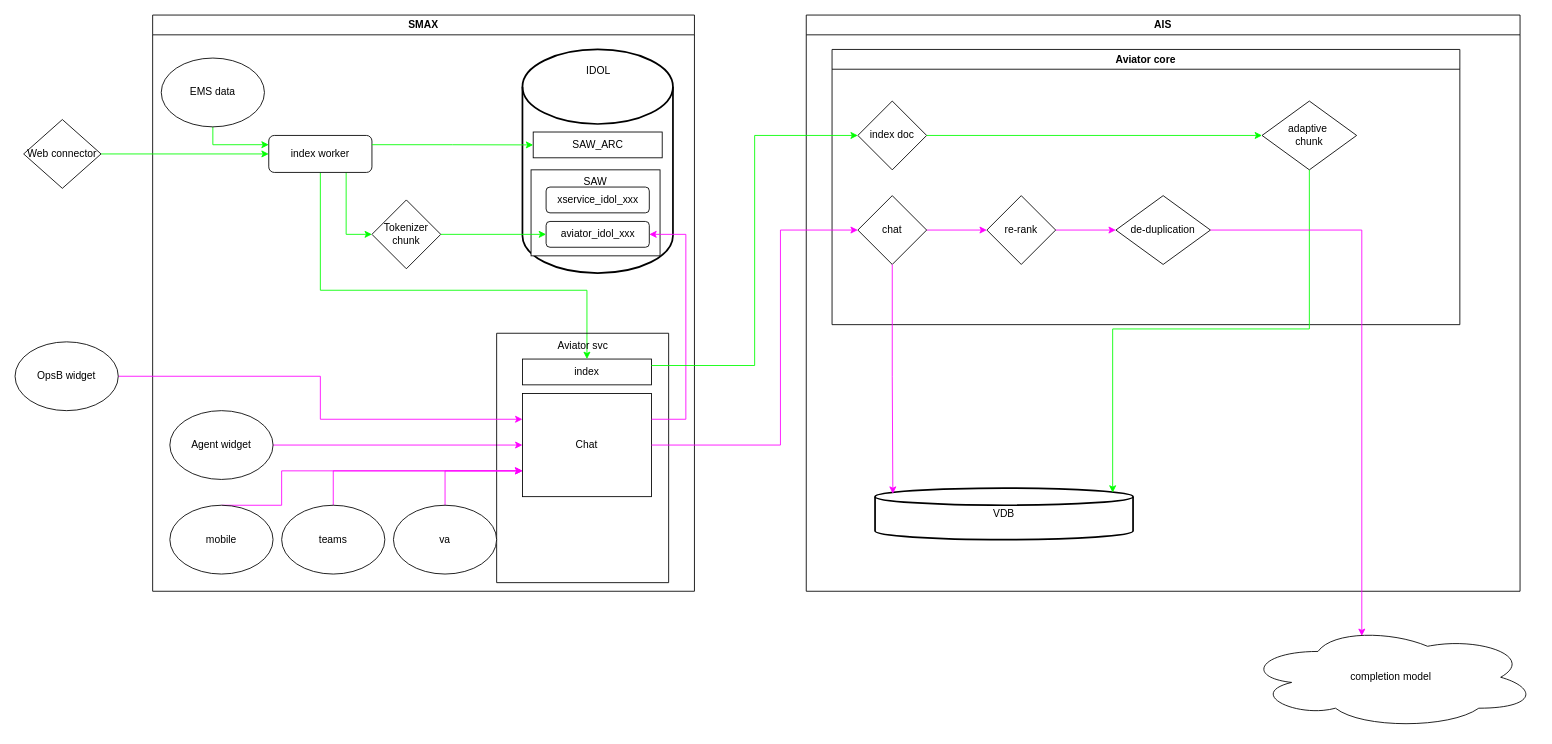
Earlier version of the draw.io diagram LLM/Hybrid search.drawio (Ice-YcY/Diagram). Source tidied: cells renumbered, new cells numbered last; positions are measured from the earlier drawing's top-left corner, leaving out a move shared by most shapes. Both pictures are drawn from the tidied source at 86%, with x=0, y=0 at pixel (15, 15).
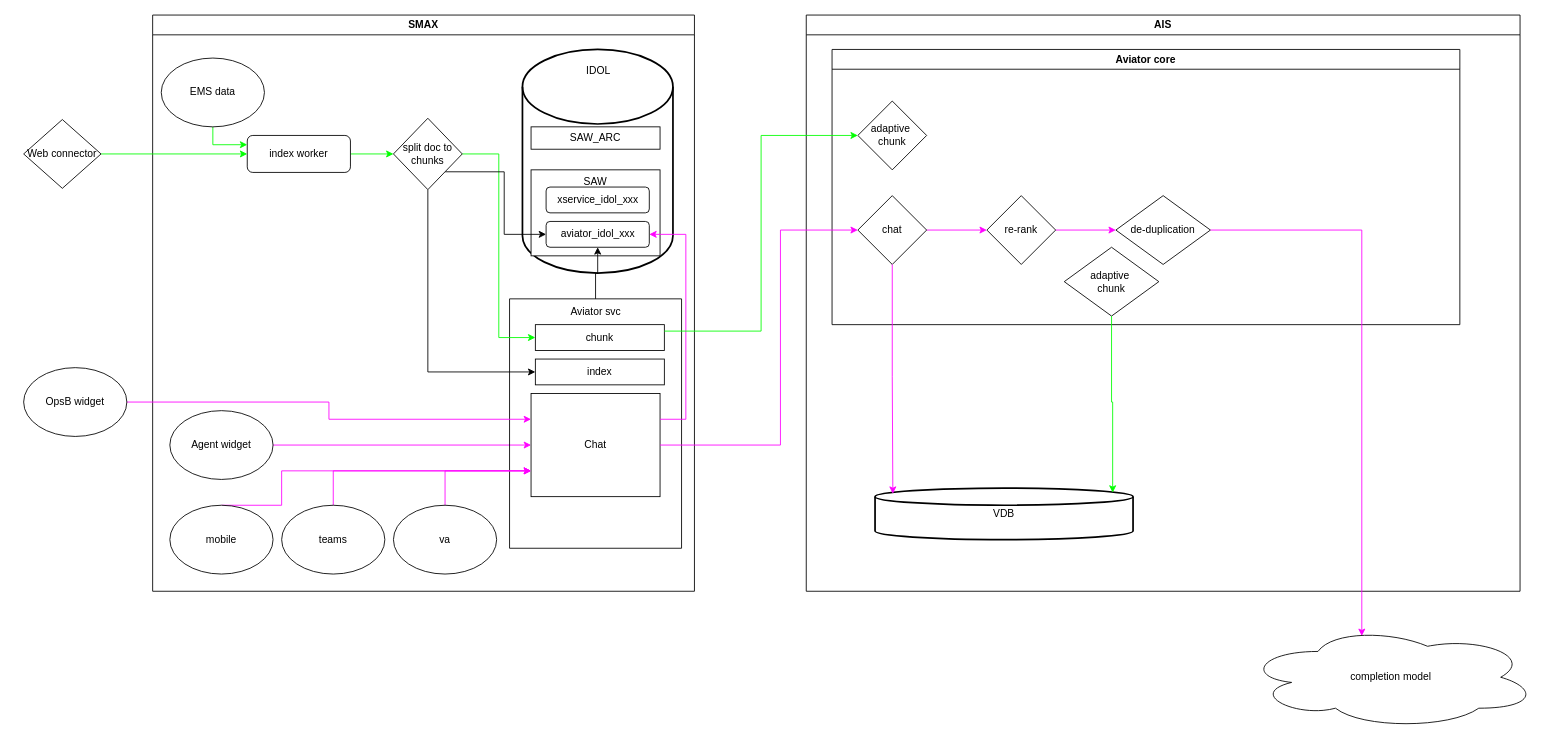
The same diagram, later.

The change refers to these unchanged cells:
```xml
<mxCell id="2" value="SMAX" style="swimlane;whiteSpace=wrap;html=1;" parent="1" vertex="1">
  <mxGeometry x="160" width="630" height="670" as="geometry" />
</mxCell>
<mxCell id="12" value="Aviator svc" style="text;html=1;align=center;verticalAlign=middle;points=[];strokeColor=none;fillColor=none;" parent="11" vertex="1">
  <mxGeometry x="60" width="80" height="30" as="geometry" />
</mxCell>
<mxCell id="19" value="aviator_idol_xxx" style="rounded=1;whiteSpace=wrap;html=1;" parent="2" vertex="1">
  <mxGeometry x="457.5" y="240" width="120" height="30" as="geometry" />
</mxCell>
<mxCell id="31" value="Aviator core" style="swimlane;whiteSpace=wrap;html=1;" parent="30" vertex="1">
  <mxGeometry x="30" y="40" width="730" height="320" as="geometry" />
</mxCell>
```

What changed in the source:
```diff
@@
-    <mxCell id="3" style="edgeStyle=orthogonalEdgeStyle;rounded=0;jettySize=auto;html=1;exitX=0.75;exitY=1;exitDx=0;exitDy=0;entryX=0;entryY=0.5;entryDx=0;entryDy=0;fillColor=#CC0066;strokeColor=#00FF00;" parent="2" edge="1" source="5" target="10">
+    <mxCell id="3" style="edgeStyle=orthogonalEdgeStyle;rounded=0;jettySize=auto;html=1;exitX=1;exitY=0.5;exitDx=0;exitDy=0;entryX=0;entryY=0.5;entryDx=0;entryDy=0;fillColor=#d5e8d4;strokeColor=#00ff00;" parent="2" edge="1" source="5" target="10">
       <mxGeometry relative="1" as="geometry" />
     </mxCell>
-    <mxCell id="4" style="edgeStyle=orthogonalEdgeStyle;rounded=0;jettySize=auto;html=1;exitX=0.5;exitY=1;exitDx=0;exitDy=0;entryX=0.5;entryY=0;entryDx=0;entryDy=0;fillColor=#CC0066;strokeColor=#00FF00;" parent="2" edge="1" source="5" target="13">
-      <mxGeometry relative="1" as="geometry">
-        <Array as="points">
-          <mxPoint x="195" y="320" />
-          <mxPoint x="505" y="320" />
-        </Array>
-      </mxGeometry>
-    </mxCell>
     <mxCell id="5" value="index worker" style="rounded=1;whiteSpace=wrap;html=1;" parent="2" vertex="1">
-      <mxGeometry x="135" y="140" width="120" height="43" as="geometry" />
+      <mxGeometry x="110" y="140" width="120" height="43" as="geometry" />
     </mxCell>
@@
-    <mxCell id="10" value="Tokenizer chunk" style="rhombus;whiteSpace=wrap;html=1;" parent="2" vertex="1">
-      <mxGeometry x="255" y="215" width="80" height="80" as="geometry" />
-    </mxCell>
     <mxCell id="11" style="swimlane;startSize=0;" parent="2" vertex="1">
-      <mxGeometry x="400" y="370" width="200" height="290" as="geometry" />
+      <mxGeometry x="415" y="330" width="200" height="290" as="geometry" />
     </mxCell>
@@
-    <mxCell id="13" value="index" style="whiteSpace=wrap;html=1;" parent="11" vertex="1">
+    <mxCell id="13" value="chunk" style="whiteSpace=wrap;html=1;" parent="11" vertex="1">
       <mxGeometry x="30" y="30" width="150" height="30" as="geometry" />
     </mxCell>
     <mxCell id="14" value="Chat" style="rounded=0;whiteSpace=wrap;html=1;" parent="11" vertex="1">
-      <mxGeometry x="30" y="70" width="150" height="120" as="geometry" />
+      <mxGeometry x="25" y="110" width="150" height="120" as="geometry" />
     </mxCell>
+    <mxCell id="51" value="index" style="whiteSpace=wrap;html=1;" parent="11" vertex="1">
+      <mxGeometry x="30" y="70" width="150" height="30" as="geometry" />
+    </mxCell>
@@
     <mxCell id="17" value="SAW_ARC" style="whiteSpace=wrap;html=1;" parent="2" vertex="1">
-      <mxGeometry x="442.5" y="136" width="150" height="30" as="geometry" />
+      <mxGeometry x="440" y="130" width="150" height="26" as="geometry" />
     </mxCell>
@@
-    <mxCell id="21" style="edgeStyle=orthogonalEdgeStyle;rounded=0;jettySize=auto;html=1;exitX=1;exitY=0.25;exitDx=0;exitDy=0;entryX=0;entryY=0.5;entryDx=0;entryDy=0;fillColor=#CC0066;strokeColor=#00FF00;" parent="2" edge="1" source="5" target="17">
-      <mxGeometry relative="1" as="geometry" />
-    </mxCell>
-    <mxCell id="22" style="edgeStyle=orthogonalEdgeStyle;rounded=0;jettySize=auto;html=1;exitX=1;exitY=0.5;exitDx=0;exitDy=0;entryX=0;entryY=0.5;entryDx=0;entryDy=0;fillColor=#CC0066;strokeColor=#00FF00;" parent="2" edge="1" source="10" target="19">
+    <mxCell id="22" style="edgeStyle=orthogonalEdgeStyle;rounded=0;jettySize=auto;html=1;exitX=1;exitY=0.5;exitDx=0;exitDy=0;fillColor=#CC0066;strokeColor=#00FF00;entryX=0;entryY=0.5;entryDx=0;entryDy=0;" parent="2" edge="1" source="10" target="13">
       <mxGeometry relative="1" as="geometry" />
     </mxCell>
@@
+    <mxCell id="52" style="edgeStyle=orthogonalEdgeStyle;rounded=0;jettySize=auto;html=1;" parent="2" edge="1" source="12" target="19">
+      <mxGeometry relative="1" as="geometry" />
+    </mxCell>
+    <mxCell id="53" style="edgeStyle=orthogonalEdgeStyle;rounded=0;jettySize=auto;html=1;exitX=0.5;exitY=1;exitDx=0;exitDy=0;entryX=0;entryY=0.5;entryDx=0;entryDy=0;" parent="2" edge="1" source="10" target="51">
+      <mxGeometry relative="1" as="geometry" />
+    </mxCell>
+    <mxCell id="54" style="edgeStyle=orthogonalEdgeStyle;rounded=0;jettySize=auto;html=1;exitX=1;exitY=1;exitDx=0;exitDy=0;entryX=0;entryY=0.5;entryDx=0;entryDy=0;" parent="2" edge="1" source="10" target="19">
+      <mxGeometry relative="1" as="geometry" />
+    </mxCell>
+    <mxCell id="10" value="split doc to chunks" style="rhombus;whiteSpace=wrap;html=1;" parent="2" vertex="1">
+      <mxGeometry x="280" y="120" width="80" height="83" as="geometry" />
+    </mxCell>
@@
-    <mxCell id="32" value="index doc" style="rhombus;whiteSpace=wrap;html=1;" parent="31" vertex="1">
+    <mxCell id="32" value="adaptive&amp;nbsp;&lt;div&gt;chunk&lt;/div&gt;" style="rhombus;whiteSpace=wrap;html=1;" parent="31" vertex="1">
       <mxGeometry x="30" y="60" width="80" height="80" as="geometry" />
     </mxCell>
     <mxCell id="33" value="adaptive&amp;nbsp;&lt;div&gt;chunk&lt;/div&gt;" style="rhombus;whiteSpace=wrap;html=1;" parent="31" vertex="1">
-      <mxGeometry x="500" y="60" width="110" height="80" as="geometry" />
+      <mxGeometry x="270" y="230" width="110" height="80" as="geometry" />
     </mxCell>
-    <mxCell id="34" style="edgeStyle=orthogonalEdgeStyle;rounded=0;jettySize=auto;html=1;exitX=1;exitY=0.5;exitDx=0;exitDy=0;entryX=0;entryY=0.5;entryDx=0;entryDy=0;fillColor=#CC0066;strokeColor=#00FF00;" parent="31" edge="1" source="32" target="33">
-      <mxGeometry relative="1" as="geometry" />
-    </mxCell>
@@
     <mxCell id="44" value="OpsB widget" style="ellipse;whiteSpace=wrap;html=1;" parent="1" vertex="1">
-      <mxGeometry y="380" width="120" height="80" as="geometry" />
+      <mxGeometry x="10" y="410" width="120" height="80" as="geometry" />
     </mxCell>
```
